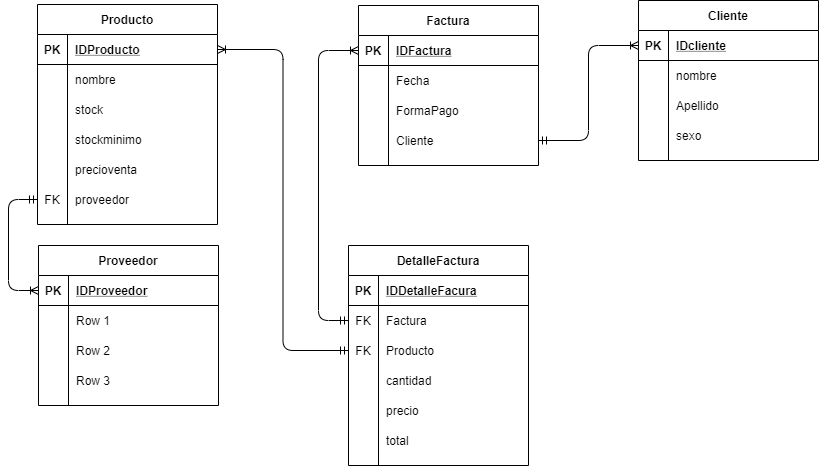
Dicxie1/BDVentas keeps this draw.io diagram as DBVentas.png. Above is the earlier version. Source tidied: cells renumbered, new cells last; positions are measured from the earlier drawing's top-left corner, leaving out a move shared by most shapes.
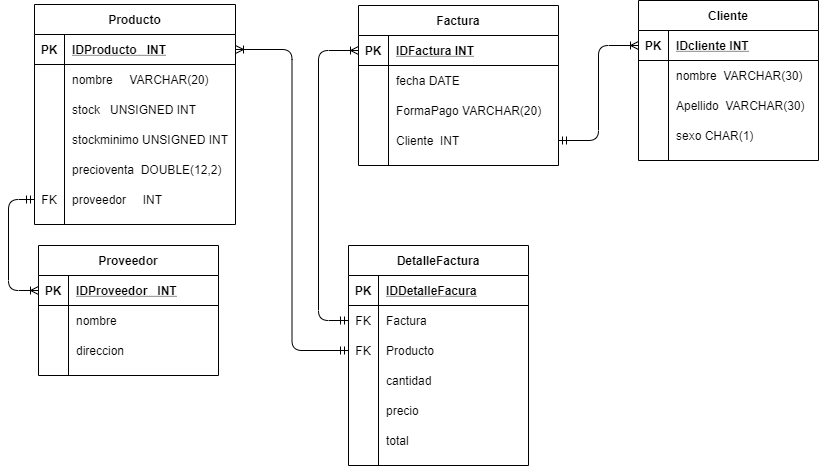
Later version of the same file.

Commit message:
mejorar el esquema de base de datos

What changed in the source:
```diff
@@ -3,103 +3,103 @@
     <mxCell id="0" />
     <mxCell id="1" parent="0" />
     <mxCell id="2" value="Factura" style="shape=table;startSize=30;rowLines=0;fontStyle=1;align=center;" parent="1" vertex="1">
-      <mxGeometry x="350" y="5" width="180" height="160" as="geometry" />
+      <mxGeometry x="350" y="5" width="200" height="160" as="geometry" />
     </mxCell>
     <mxCell id="3" style="shape=partialRectangle;fillColor=none;top=0;left=0;bottom=1;right=0;points=[[0,0.5],[1,0.5]];portConstraint=eastwest;" parent="2" vertex="1">
-      <mxGeometry y="30" width="180" height="30" as="geometry" />
+      <mxGeometry y="30" width="200" height="30" as="geometry" />
     </mxCell>
     <mxCell id="4" value="PK" style="shape=partialRectangle;fillColor=none;top=0;left=0;bottom=0;right=0;fontStyle=1;overflow=hidden;" parent="3" vertex="1">
       <mxGeometry width="30" height="30" as="geometry" />
     </mxCell>
-    <mxCell id="5" value="IDFactura" style="shape=partialRectangle;fillColor=none;top=0;left=0;bottom=0;right=0;align=left;spacingLeft=6;fontStyle=5;overflow=hidden;" parent="3" vertex="1">
-      <mxGeometry x="30" width="150" height="30" as="geometry" />
+    <mxCell id="5" value="IDFactura INT" style="shape=partialRectangle;fillColor=none;top=0;left=0;bottom=0;right=0;align=left;spacingLeft=6;fontStyle=5;overflow=hidden;" parent="3" vertex="1">
+      <mxGeometry x="30" width="170" height="30" as="geometry" />
     </mxCell>
     <mxCell id="6" style="shape=partialRectangle;fillColor=none;top=0;left=0;bottom=0;right=0;" parent="2" vertex="1">
-      <mxGeometry y="60" width="180" height="30" as="geometry" />
+      <mxGeometry y="60" width="200" height="30" as="geometry" />
     </mxCell>
     <mxCell id="7" style="shape=partialRectangle;fillColor=none;top=0;left=0;bottom=0;right=0;overflow=hidden;" parent="6" vertex="1">
       <mxGeometry width="30" height="30" as="geometry" />
     </mxCell>
-    <mxCell id="8" value="Fecha" style="shape=partialRectangle;fillColor=none;top=0;left=0;bottom=0;right=0;align=left;spacingLeft=6;overflow=hidden;" parent="6" vertex="1">
-      <mxGeometry x="30" width="150" height="30" as="geometry" />
+    <mxCell id="8" value="fecha DATE" style="shape=partialRectangle;fillColor=none;top=0;left=0;bottom=0;right=0;align=left;spacingLeft=6;overflow=hidden;" parent="6" vertex="1">
+      <mxGeometry x="30" width="170" height="30" as="geometry" />
     </mxCell>
     <mxCell id="9" style="shape=partialRectangle;fillColor=none;top=0;left=0;bottom=0;right=0;" parent="2" vertex="1">
-      <mxGeometry y="90" width="180" height="30" as="geometry" />
+      <mxGeometry y="90" width="200" height="30" as="geometry" />
     </mxCell>
     <mxCell id="10" style="shape=partialRectangle;fillColor=none;top=0;left=0;bottom=0;right=0;overflow=hidden;" parent="9" vertex="1">
       <mxGeometry width="30" height="30" as="geometry" />
     </mxCell>
-    <mxCell id="11" value="FormaPago" style="shape=partialRectangle;fillColor=none;top=0;left=0;bottom=0;right=0;align=left;spacingLeft=6;overflow=hidden;" parent="9" vertex="1">
-      <mxGeometry x="30" width="150" height="30" as="geometry" />
+    <mxCell id="11" value="FormaPago VARCHAR(20)" style="shape=partialRectangle;fillColor=none;top=0;left=0;bottom=0;right=0;align=left;spacingLeft=6;overflow=hidden;" parent="9" vertex="1">
+      <mxGeometry x="30" width="170" height="30" as="geometry" />
     </mxCell>
     <mxCell id="12" style="shape=partialRectangle;fillColor=none;top=0;left=0;bottom=0;right=0;points=[[0,0.5],[1,0.5]];portConstraint=eastwest;" parent="2" vertex="1">
-      <mxGeometry y="120" width="180" height="30" as="geometry" />
+      <mxGeometry y="120" width="200" height="30" as="geometry" />
     </mxCell>
     <mxCell id="13" style="shape=partialRectangle;fillColor=none;top=0;left=0;bottom=0;right=0;overflow=hidden;" parent="12" vertex="1">
       <mxGeometry width="30" height="30" as="geometry" />
     </mxCell>
-    <mxCell id="14" value="Cliente" style="shape=partialRectangle;fillColor=none;top=0;left=0;bottom=0;right=0;align=left;spacingLeft=6;overflow=hidden;" parent="12" vertex="1">
-      <mxGeometry x="30" width="150" height="30" as="geometry" />
+    <mxCell id="14" value="Cliente  INT " style="shape=partialRectangle;fillColor=none;top=0;left=0;bottom=0;right=0;align=left;spacingLeft=6;overflow=hidden;" parent="12" vertex="1">
+      <mxGeometry x="30" width="170" height="30" as="geometry" />
     </mxCell>
     <mxCell id="15" value="Producto" style="shape=table;startSize=30;rowLines=0;fontStyle=1;align=center;" parent="1" vertex="1">
-      <mxGeometry x="29" y="4" width="180" height="220" as="geometry" />
+      <mxGeometry x="26" y="4" width="201" height="220" as="geometry" />
     </mxCell>
     <mxCell id="16" style="shape=partialRectangle;fillColor=none;top=0;left=0;bottom=1;right=0;points=[[0,0.5],[1,0.5]];portConstraint=eastwest;" parent="15" vertex="1">
-      <mxGeometry y="30" width="180" height="30" as="geometry" />
+      <mxGeometry y="30" width="201" height="30" as="geometry" />
     </mxCell>
     <mxCell id="17" value="PK" style="shape=partialRectangle;fillColor=none;top=0;left=0;bottom=0;right=0;fontStyle=1;overflow=hidden;" parent="16" vertex="1">
       <mxGeometry width="30" height="30" as="geometry" />
     </mxCell>
-    <mxCell id="18" value="IDProducto" style="shape=partialRectangle;fillColor=none;top=0;left=0;bottom=0;right=0;align=left;spacingLeft=6;fontStyle=5;overflow=hidden;" parent="16" vertex="1">
-      <mxGeometry x="30" width="150" height="30" as="geometry" />
+    <mxCell id="18" value="IDProducto   INT" style="shape=partialRectangle;fillColor=none;top=0;left=0;bottom=0;right=0;align=left;spacingLeft=6;fontStyle=5;overflow=hidden;" parent="16" vertex="1">
+      <mxGeometry x="30" width="171" height="30" as="geometry" />
     </mxCell>
     <mxCell id="19" style="shape=partialRectangle;fillColor=none;top=0;left=0;bottom=0;right=0;" parent="15" vertex="1">
-      <mxGeometry y="60" width="180" height="30" as="geometry" />
+      <mxGeometry y="60" width="201" height="30" as="geometry" />
     </mxCell>
     <mxCell id="20" style="shape=partialRectangle;fillColor=none;top=0;left=0;bottom=0;right=0;overflow=hidden;" parent="19" vertex="1">
       <mxGeometry width="30" height="30" as="geometry" />
     </mxCell>
-    <mxCell id="21" value="nombre" style="shape=partialRectangle;fillColor=none;top=0;left=0;bottom=0;right=0;align=left;spacingLeft=6;overflow=hidden;" parent="19" vertex="1">
-      <mxGeometry x="30" width="150" height="30" as="geometry" />
+    <mxCell id="21" value="nombre     VARCHAR(20)" style="shape=partialRectangle;fillColor=none;top=0;left=0;bottom=0;right=0;align=left;spacingLeft=6;overflow=hidden;" parent="19" vertex="1">
+      <mxGeometry x="30" width="171" height="30" as="geometry" />
     </mxCell>
     <mxCell id="22" style="shape=partialRectangle;fillColor=none;top=0;left=0;bottom=0;right=0;" parent="15" vertex="1">
-      <mxGeometry y="90" width="180" height="30" as="geometry" />
+      <mxGeometry y="90" width="201" height="30" as="geometry" />
     </mxCell>
     <mxCell id="23" style="shape=partialRectangle;fillColor=none;top=0;left=0;bottom=0;right=0;overflow=hidden;" parent="22" vertex="1">
       <mxGeometry width="30" height="30" as="geometry" />
     </mxCell>
-    <mxCell id="24" value="stock" style="shape=partialRectangle;fillColor=none;top=0;left=0;bottom=0;right=0;align=left;spacingLeft=6;overflow=hidden;" parent="22" vertex="1">
-      <mxGeometry x="30" width="150" height="30" as="geometry" />
+    <mxCell id="24" value="stock   UNSIGNED INT" style="shape=partialRectangle;fillColor=none;top=0;left=0;bottom=0;right=0;align=left;spacingLeft=6;overflow=hidden;" parent="22" vertex="1">
+      <mxGeometry x="30" width="171" height="30" as="geometry" />
     </mxCell>
     <mxCell id="25" style="shape=partialRectangle;fillColor=none;top=0;left=0;bottom=0;right=0;" parent="15" vertex="1">
-      <mxGeometry y="120" width="180" height="30" as="geometry" />
+      <mxGeometry y="120" width="201" height="30" as="geometry" />
     </mxCell>
     <mxCell id="26" style="shape=partialRectangle;fillColor=none;top=0;left=0;bottom=0;right=0;overflow=hidden;" parent="25" vertex="1">
       <mxGeometry width="30" height="30" as="geometry" />
     </mxCell>
-    <mxCell id="27" value="stockminimo" style="shape=partialRectangle;fillColor=none;top=0;left=0;bottom=0;right=0;align=left;spacingLeft=6;overflow=hidden;" parent="25" vertex="1">
-      <mxGeometry x="30" width="150" height="30" as="geometry" />
+    <mxCell id="27" value="stockminimo UNSIGNED INT" style="shape=partialRectangle;fillColor=none;top=0;left=0;bottom=0;right=0;align=left;spacingLeft=6;overflow=hidden;" parent="25" vertex="1">
+      <mxGeometry x="30" width="171" height="30" as="geometry" />
     </mxCell>
     <mxCell id="28" style="shape=partialRectangle;fillColor=none;top=0;left=0;bottom=0;right=0;" parent="15" vertex="1">
-      <mxGeometry y="150" width="180" height="30" as="geometry" />
+      <mxGeometry y="150" width="201" height="30" as="geometry" />
     </mxCell>
     <mxCell id="29" style="shape=partialRectangle;fillColor=none;top=0;left=0;bottom=0;right=0;overflow=hidden;" parent="28" vertex="1">
       <mxGeometry width="30" height="30" as="geometry" />
     </mxCell>
-    <mxCell id="30" value="precioventa" style="shape=partialRectangle;fillColor=none;top=0;left=0;bottom=0;right=0;align=left;spacingLeft=6;overflow=hidden;" parent="28" vertex="1">
-      <mxGeometry x="30" width="150" height="30" as="geometry" />
+    <mxCell id="30" value="precioventa  DOUBLE(12,2)" style="shape=partialRectangle;fillColor=none;top=0;left=0;bottom=0;right=0;align=left;spacingLeft=6;overflow=hidden;" parent="28" vertex="1">
+      <mxGeometry x="30" width="171" height="30" as="geometry" />
     </mxCell>
     <mxCell id="31" style="shape=partialRectangle;fillColor=none;top=0;left=0;bottom=0;right=0;points=[[0,0.5],[1,0.5]];portConstraint=eastwest;" parent="15" vertex="1">
-      <mxGeometry y="180" width="180" height="30" as="geometry" />
+      <mxGeometry y="180" width="201" height="30" as="geometry" />
     </mxCell>
     <mxCell id="32" value="FK" style="shape=partialRectangle;fillColor=none;top=0;left=0;bottom=0;right=0;overflow=hidden;" parent="31" vertex="1">
       <mxGeometry width="30" height="30" as="geometry" />
     </mxCell>
-    <mxCell id="33" value="proveedor" style="shape=partialRectangle;fillColor=none;top=0;left=0;bottom=0;right=0;align=left;spacingLeft=6;overflow=hidden;" parent="31" vertex="1">
-      <mxGeometry x="30" width="150" height="30" as="geometry" />
+    <mxCell id="33" value="proveedor     INT" style="shape=partialRectangle;fillColor=none;top=0;left=0;bottom=0;right=0;align=left;spacingLeft=6;overflow=hidden;" parent="31" vertex="1">
+      <mxGeometry x="30" width="171" height="30" as="geometry" />
     </mxCell>
     <mxCell id="34" value="Proveedor" style="shape=table;startSize=30;rowLines=0;fontStyle=1;align=center;" parent="1" vertex="1">
-      <mxGeometry x="30" y="245" width="180" height="160" as="geometry" />
+      <mxGeometry x="30" y="245" width="180" height="130" as="geometry" />
     </mxCell>
     <mxCell id="35" style="shape=partialRectangle;fillColor=none;top=0;left=0;bottom=1;right=0;points=[[0,0.5],[1,0.5]];portConstraint=eastwest;" parent="34" vertex="1">
       <mxGeometry y="30" width="180" height="30" as="geometry" />
@@ -107,7 +107,7 @@
     <mxCell id="36" value="PK" style="shape=partialRectangle;fillColor=none;top=0;left=0;bottom=0;right=0;fontStyle=1;overflow=hidden;" parent="35" vertex="1">
       <mxGeometry width="30" height="30" as="geometry" />
     </mxCell>
-    <mxCell id="37" value="IDProveedor" style="shape=partialRectangle;fillColor=none;top=0;left=0;bottom=0;right=0;align=left;spacingLeft=6;fontStyle=5;overflow=hidden;" parent="35" vertex="1">
+    <mxCell id="37" value="IDProveedor   INT" style="shape=partialRectangle;fillColor=none;top=0;left=0;bottom=0;right=0;align=left;spacingLeft=6;fontStyle=5;overflow=hidden;" parent="35" vertex="1">
       <mxGeometry x="30" width="150" height="30" as="geometry" />
     </mxCell>
     <mxCell id="38" style="shape=partialRectangle;fillColor=none;top=0;left=0;bottom=0;right=0;" parent="34" vertex="1">
@@ -116,7 +116,7 @@
     <mxCell id="39" style="shape=partialRectangle;fillColor=none;top=0;left=0;bottom=0;right=0;overflow=hidden;" parent="38" vertex="1">
       <mxGeometry width="30" height="30" as="geometry" />
     </mxCell>
-    <mxCell id="40" value="Row 1" style="shape=partialRectangle;fillColor=none;top=0;left=0;bottom=0;right=0;align=left;spacingLeft=6;overflow=hidden;" parent="38" vertex="1">
+    <mxCell id="40" value="nombre" style="shape=partialRectangle;fillColor=none;top=0;left=0;bottom=0;right=0;align=left;spacingLeft=6;overflow=hidden;" parent="38" vertex="1">
       <mxGeometry x="30" width="150" height="30" as="geometry" />
     </mxCell>
     <mxCell id="41" style="shape=partialRectangle;fillColor=none;top=0;left=0;bottom=0;right=0;" parent="34" vertex="1">
@@ -125,18 +125,9 @@
     <mxCell id="42" style="shape=partialRectangle;fillColor=none;top=0;left=0;bottom=0;right=0;overflow=hidden;" parent="41" vertex="1">
       <mxGeometry width="30" height="30" as="geometry" />
     </mxCell>
-    <mxCell id="43" value="Row 2" style="shape=partialRectangle;fillColor=none;top=0;left=0;bottom=0;right=0;align=left;spacingLeft=6;overflow=hidden;" parent="41" vertex="1">
+    <mxCell id="43" value="direccion" style="shape=partialRectangle;fillColor=none;top=0;left=0;bottom=0;right=0;align=left;spacingLeft=6;overflow=hidden;" parent="41" vertex="1">
       <mxGeometry x="30" width="150" height="30" as="geometry" />
     </mxCell>
-    <mxCell id="44" style="shape=partialRectangle;fillColor=none;top=0;left=0;bottom=0;right=0;" parent="34" vertex="1">
-      <mxGeometry y="120" width="180" height="30" as="geometry" />
-    </mxCell>
-    <mxCell id="45" style="shape=partialRectangle;fillColor=none;top=0;left=0;bottom=0;right=0;overflow=hidden;" parent="44" vertex="1">
-      <mxGeometry width="30" height="30" as="geometry" />
-    </mxCell>
-    <mxCell id="46" value="Row 3" style="shape=partialRectangle;fillColor=none;top=0;left=0;bottom=0;right=0;align=left;spacingLeft=6;overflow=hidden;" parent="44" vertex="1">
-      <mxGeometry x="30" width="150" height="30" as="geometry" />
-    </mxCell>
     <mxCell id="47" value="DetalleFactura" style="shape=table;startSize=30;rowLines=0;fontStyle=1;align=center;" parent="1" vertex="1">
       <mxGeometry x="340" y="245" width="180" height="220" as="geometry" />
     </mxCell>
@@ -203,7 +194,7 @@
     <mxCell id="68" value="PK" style="shape=partialRectangle;fillColor=none;top=0;left=0;bottom=0;right=0;fontStyle=1;overflow=hidden;" parent="67" vertex="1">
       <mxGeometry width="30" height="30" as="geometry" />
     </mxCell>
-    <mxCell id="69" value="IDcliente" style="shape=partialRectangle;fillColor=none;top=0;left=0;bottom=0;right=0;align=left;spacingLeft=6;fontStyle=5;overflow=hidden;" parent="67" vertex="1">
+    <mxCell id="69" value="IDcliente INT" style="shape=partialRectangle;fillColor=none;top=0;left=0;bottom=0;right=0;align=left;spacingLeft=6;fontStyle=5;overflow=hidden;" parent="67" vertex="1">
       <mxGeometry x="30" width="150" height="30" as="geometry" />
     </mxCell>
     <mxCell id="70" style="shape=partialRectangle;fillColor=none;top=0;left=0;bottom=0;right=0;" parent="66" vertex="1">
@@ -212,7 +203,7 @@
     <mxCell id="71" style="shape=partialRectangle;fillColor=none;top=0;left=0;bottom=0;right=0;overflow=hidden;" parent="70" vertex="1">
       <mxGeometry width="30" height="30" as="geometry" />
     </mxCell>
-    <mxCell id="72" value="nombre" style="shape=partialRectangle;fillColor=none;top=0;left=0;bottom=0;right=0;align=left;spacingLeft=6;overflow=hidden;" parent="70" vertex="1">
+    <mxCell id="72" value="nombre  VARCHAR(30)" style="shape=partialRectangle;fillColor=none;top=0;left=0;bottom=0;right=0;align=left;spacingLeft=6;overflow=hidden;" parent="70" vertex="1">
       <mxGeometry x="30" width="150" height="30" as="geometry" />
     </mxCell>
     <mxCell id="73" style="shape=partialRectangle;fillColor=none;top=0;left=0;bottom=0;right=0;" parent="66" vertex="1">
@@ -221,7 +212,7 @@
     <mxCell id="74" style="shape=partialRectangle;fillColor=none;top=0;left=0;bottom=0;right=0;overflow=hidden;" parent="73" vertex="1">
       <mxGeometry width="30" height="30" as="geometry" />
     </mxCell>
-    <mxCell id="75" value="Apellido" style="shape=partialRectangle;fillColor=none;top=0;left=0;bottom=0;right=0;align=left;spacingLeft=6;overflow=hidden;" parent="73" vertex="1">
+    <mxCell id="75" value="Apellido  VARCHAR(30)" style="shape=partialRectangle;fillColor=none;top=0;left=0;bottom=0;right=0;align=left;spacingLeft=6;overflow=hidden;" parent="73" vertex="1">
       <mxGeometry x="30" width="150" height="30" as="geometry" />
     </mxCell>
     <mxCell id="76" style="shape=partialRectangle;fillColor=none;top=0;left=0;bottom=0;right=0;" parent="66" vertex="1">
@@ -230,7 +221,7 @@
     <mxCell id="77" style="shape=partialRectangle;fillColor=none;top=0;left=0;bottom=0;right=0;overflow=hidden;" parent="76" vertex="1">
       <mxGeometry width="30" height="30" as="geometry" />
     </mxCell>
-    <mxCell id="78" value="sexo" style="shape=partialRectangle;fillColor=none;top=0;left=0;bottom=0;right=0;align=left;spacingLeft=6;overflow=hidden;" parent="76" vertex="1">
+    <mxCell id="78" value="sexo CHAR(1)" style="shape=partialRectangle;fillColor=none;top=0;left=0;bottom=0;right=0;align=left;spacingLeft=6;overflow=hidden;" parent="76" vertex="1">
       <mxGeometry x="30" width="150" height="30" as="geometry" />
     </mxCell>
     <mxCell id="79" style="edgeStyle=orthogonalEdgeStyle;fontSize=12;html=1;endArrow=ERoneToMany;startArrow=ERmandOne;entryX=1;entryY=0.5;entryDx=0;entryDy=0;exitX=0;exitY=0.5;exitDx=0;exitDy=0;" parent="1" edge="1" source="54" target="16">
```
